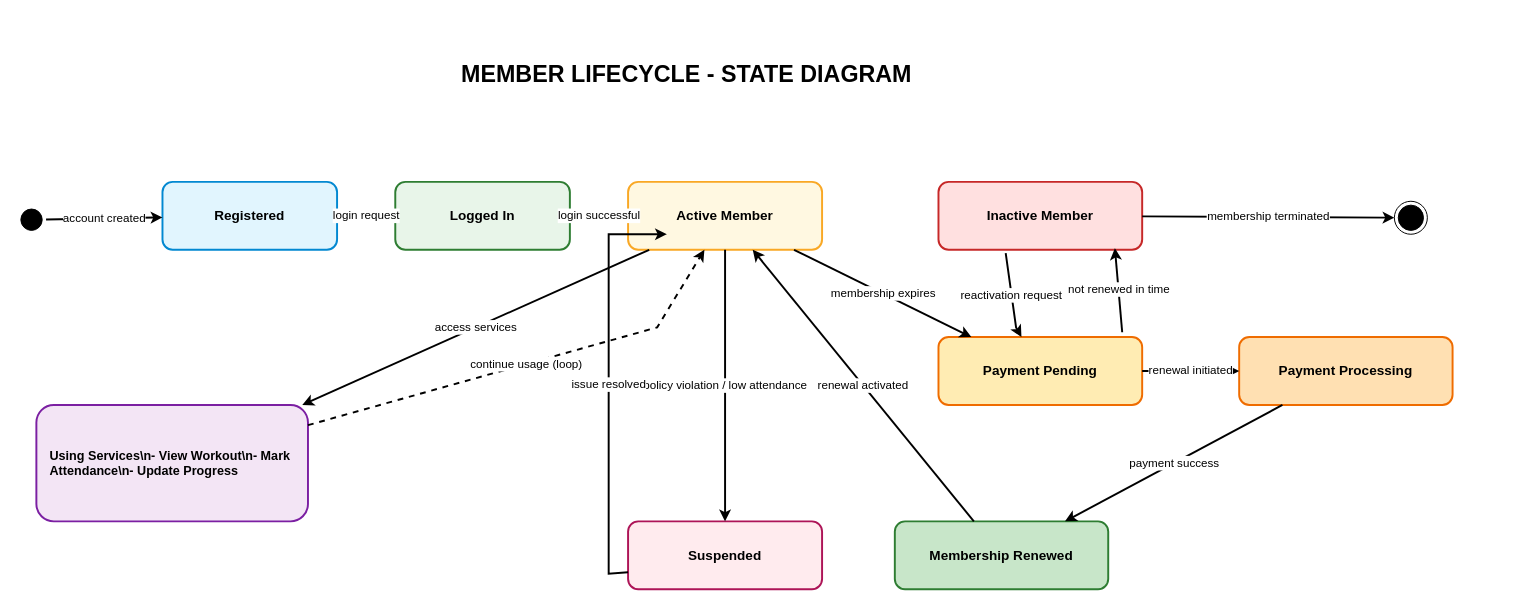
GUNADEEP19/GYM-MANAGEMENT-SYSTEM keeps this draw.io diagram as UML DIAGRAMS/STATE DIAGRAM/Member_Lifecycle_State_Diagram.drawio. Above is the earlier version. Source tidied: cells renumbered, new cells numbered last; positions are measured from the earlier drawing's top-left corner, leaving out a move shared by most shapes. Both pictures are drawn from the tidied source at 97%, with x=0, y=0 at pixel (16, 55).
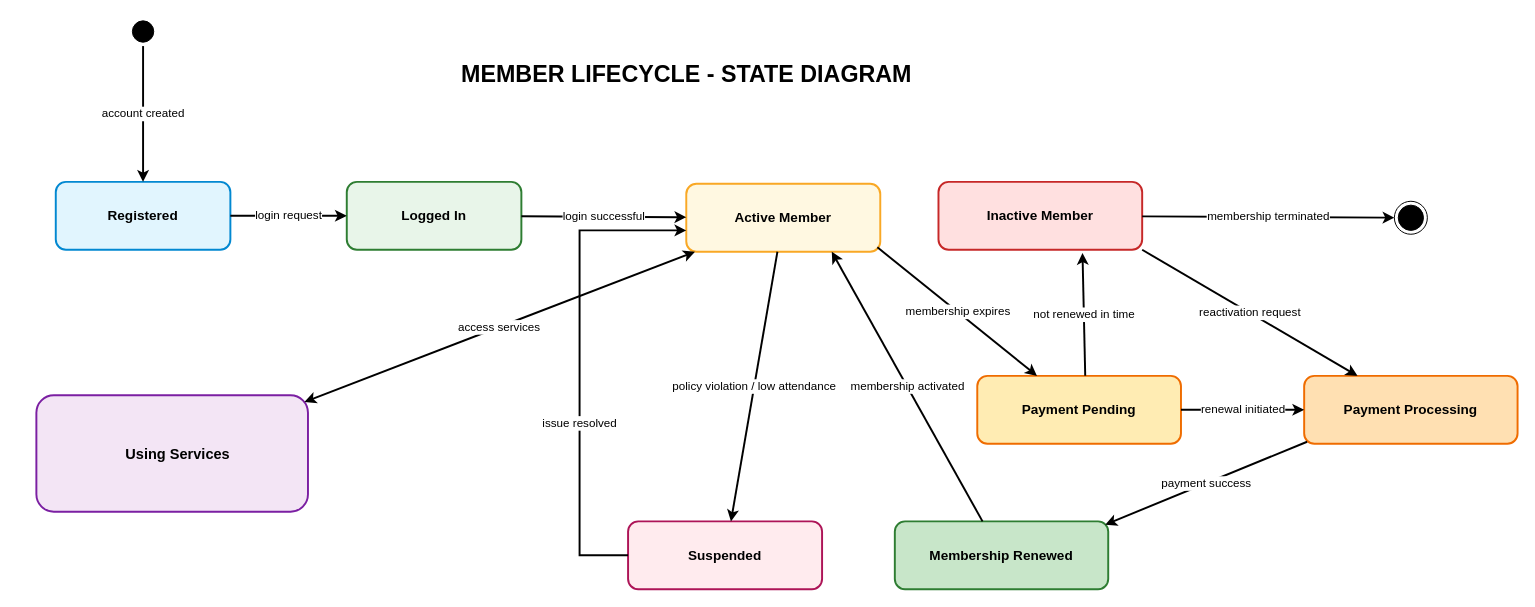
After the change.

Commit message (it also covers changes not shown here):
docs(uml): update class and state diagram assets

Unchanged cells that the change refers to:
```xml
<mxCell id="7" value="Inactive Member" style="rounded=1;whiteSpace=wrap;html=1;strokeWidth=2;fillColor=#ffe0e0;strokeColor=#c62828;fontSize=14;fontStyle=1;" parent="1" vertex="1">
  <mxGeometry x="950" y="130" width="210" height="70" as="geometry" />
</mxCell>
<mxCell id="11" value="Membership Renewed" style="rounded=1;whiteSpace=wrap;html=1;strokeWidth=2;fillColor=#c8e6c9;strokeColor=#2e7d32;fontSize=14;fontStyle=1;" parent="1" vertex="1">
  <mxGeometry x="905" y="480" width="220" height="70" as="geometry" />
</mxCell>
<mxCell id="12" value="Suspended" style="rounded=1;whiteSpace=wrap;html=1;strokeWidth=2;fillColor=#ffebee;strokeColor=#ad1457;fontSize=14;fontStyle=1;" parent="1" vertex="1">
  <mxGeometry x="630" y="480" width="200" height="70" as="geometry" />
</mxCell>
```

What changed in the source:
```diff
@@
     <mxCell id="3" style="shape=startState;html=1;fillColor=#000000;strokeColor=#000000;" parent="1" vertex="1">
-      <mxGeometry y="154" width="30" height="30" as="geometry" />
+      <mxGeometry x="115" y="-40" width="30" height="30" as="geometry" />
     </mxCell>
     <mxCell id="4" value="Registered" style="rounded=1;whiteSpace=wrap;html=1;strokeWidth=2;fillColor=#e1f5fe;strokeColor=#0288d1;fontSize=14;fontStyle=1;" parent="1" vertex="1">
-      <mxGeometry x="150" y="130" width="180" height="70" as="geometry" />
+      <mxGeometry x="40" y="130" width="180" height="70" as="geometry" />
     </mxCell>
     <mxCell id="5" value="Logged In" style="rounded=1;whiteSpace=wrap;html=1;strokeWidth=2;fillColor=#e8f5e9;strokeColor=#2e7d32;fontSize=14;fontStyle=1;" parent="1" vertex="1">
-      <mxGeometry x="390" y="130" width="180" height="70" as="geometry" />
+      <mxGeometry x="340" y="130" width="180" height="70" as="geometry" />
     </mxCell>
     <mxCell id="6" value="Active Member" style="rounded=1;whiteSpace=wrap;html=1;strokeWidth=2;fillColor=#fff8e1;strokeColor=#f9a825;fontSize=14;fontStyle=1;" parent="1" vertex="1">
-      <mxGeometry x="630" y="130" width="200" height="70" as="geometry" />
+      <mxGeometry x="690" y="132" width="200" height="70" as="geometry" />
     </mxCell>
@@
-    <mxCell id="8" value="Using Services\n- View Workout\n- Mark Attendance\n- Update Progress" style="rounded=1;whiteSpace=wrap;html=1;strokeWidth=2;fillColor=#f3e5f5;strokeColor=#7b1fa2;fontSize=13;fontStyle=1;align=left;spacingLeft=12;" parent="1" vertex="1">
-      <mxGeometry x="20" y="360" width="280" height="120" as="geometry" />
+    <mxCell id="8" value="&lt;font style=&quot;font-size: 15px;&quot;&gt;Using Services&lt;/font&gt;" style="rounded=1;whiteSpace=wrap;html=1;strokeWidth=2;fillColor=#f3e5f5;strokeColor=#7b1fa2;fontSize=13;fontStyle=1;align=center;spacingLeft=12;" parent="1" vertex="1">
+      <mxGeometry x="20" y="350" width="280" height="120" as="geometry" />
     </mxCell>
     <mxCell id="9" value="Payment Pending" style="rounded=1;whiteSpace=wrap;html=1;strokeWidth=2;fillColor=#ffecb3;strokeColor=#ef6c00;fontSize=14;fontStyle=1;" parent="1" vertex="1">
-      <mxGeometry x="950" y="290" width="210" height="70" as="geometry" />
+      <mxGeometry x="990" y="330" width="210" height="70" as="geometry" />
     </mxCell>
     <mxCell id="10" value="Payment Processing" style="rounded=1;whiteSpace=wrap;html=1;strokeWidth=2;fillColor=#ffe0b2;strokeColor=#ef6c00;fontSize=14;fontStyle=1;" parent="1" vertex="1">
-      <mxGeometry x="1260" y="290" width="220" height="70" as="geometry" />
+      <mxGeometry x="1327" y="330" width="220" height="70" as="geometry" />
     </mxCell>
@@
-    <mxCell id="17" value="access services" style="endArrow=classic;html=1;rounded=0;strokeWidth=2;fontSize=12;" parent="1" edge="1" source="6" target="8">
+    <mxCell id="17" value="access services" style="endArrow=classic;html=1;rounded=0;strokeWidth=2;fontSize=12;entryX=0.987;entryY=0.057;entryDx=0;entryDy=0;entryPerimeter=0;startArrow=classic;startFill=1;" parent="1" edge="1" source="6" target="8">
       <mxGeometry relative="1" as="geometry" />
     </mxCell>
-    <mxCell id="18" value="continue usage (loop)" style="endArrow=classic;html=1;rounded=0;strokeWidth=2;fontSize=12;dashed=1;" parent="1" edge="1" source="8" target="6">
-      <mxGeometry relative="1" as="geometry">
-        <Array as="points">
-          <mxPoint x="660" y="280" />
-        </Array>
-      </mxGeometry>
-    </mxCell>
-    <mxCell id="19" value="membership expires" style="endArrow=classic;html=1;rounded=0;strokeWidth=2;fontSize=12;" parent="1" edge="1" source="6" target="9">
+    <mxCell id="19" value="membership expires" style="endArrow=classic;html=1;rounded=0;strokeWidth=2;fontSize=12;exitX=0.985;exitY=0.935;exitDx=0;exitDy=0;exitPerimeter=0;" parent="1" edge="1" source="6" target="9">
       <mxGeometry relative="1" as="geometry" />
     </mxCell>
-    <mxCell id="20" value="not renewed in time" style="endArrow=classic;html=1;rounded=0;strokeWidth=2;fontSize=12;entryX=0.866;entryY=0.976;entryDx=0;entryDy=0;entryPerimeter=0;exitX=0.902;exitY=-0.071;exitDx=0;exitDy=0;exitPerimeter=0;" parent="1" edge="1" source="9" target="7">
+    <mxCell id="20" value="not renewed in time" style="endArrow=classic;html=1;rounded=0;strokeWidth=2;fontSize=12;entryX=0.707;entryY=1.047;entryDx=0;entryDy=0;entryPerimeter=0;exitX=0.53;exitY=-0.003;exitDx=0;exitDy=0;exitPerimeter=0;" parent="1" edge="1" source="9" target="7">
       <mxGeometry relative="1" as="geometry" />
     </mxCell>
@@
-    <mxCell id="22" value="payment success" style="endArrow=classic;html=1;rounded=0;strokeWidth=2;fontSize=12;" parent="1" edge="1" source="10" target="11">
+    <mxCell id="22" value="payment success" style="endArrow=classic;html=1;rounded=0;strokeWidth=2;fontSize=12;entryX=0.986;entryY=0.048;entryDx=0;entryDy=0;entryPerimeter=0;exitX=0.014;exitY=0.97;exitDx=0;exitDy=0;exitPerimeter=0;" parent="1" edge="1" source="10" target="11">
       <mxGeometry relative="1" as="geometry" />
     </mxCell>
-    <mxCell id="23" value="renewal activated" style="endArrow=classic;html=1;rounded=0;strokeWidth=2;fontSize=12;" parent="1" edge="1" source="11" target="6">
+    <mxCell id="23" value="membership activated" style="endArrow=classic;html=1;rounded=0;strokeWidth=2;fontSize=12;entryX=0.75;entryY=1;entryDx=0;entryDy=0;" parent="1" edge="1" source="11" target="6">
       <mxGeometry relative="1" as="geometry" />
     </mxCell>
@@
-    <mxCell id="25" value="issue resolved" style="endArrow=classic;html=1;rounded=0;strokeWidth=2;fontSize=12;exitX=0;exitY=0.75;exitDx=0;exitDy=0;" parent="1" edge="1" source="12">
-      <mxGeometry relative="1" as="geometry">
-        <mxPoint x="670" y="184" as="targetPoint" />
+    <mxCell id="25" value="issue resolved" style="endArrow=classic;html=1;rounded=0;strokeWidth=2;fontSize=12;exitX=0;exitY=0.5;exitDx=0;exitDy=0;" parent="1" edge="1" source="12">
+      <mxGeometry x="-0.25" relative="1" as="geometry">
+        <mxPoint x="690" y="180" as="targetPoint" />
         <Array as="points">
-          <mxPoint x="610" y="534" />
-          <mxPoint x="610" y="184" />
+          <mxPoint x="580" y="515" />
+          <mxPoint x="580" y="390" />
+          <mxPoint x="580" y="180" />
+          <mxPoint x="630" y="180" />
+          <mxPoint x="690" y="180" />
         </Array>
       </mxGeometry>
     </mxCell>
@@
-    <mxCell id="27" value="reactivation request" style="endArrow=classic;html=1;rounded=0;strokeWidth=2;fontSize=12;exitX=0.33;exitY=1.048;exitDx=0;exitDy=0;exitPerimeter=0;" parent="1" edge="1" source="7" target="9">
-      <mxGeometry relative="1" as="geometry">
-        <Array as="points">
-          <mxPoint x="1030" y="280" />
-        </Array>
-      </mxGeometry>
+    <mxCell id="27" value="reactivation request" style="endArrow=classic;html=1;rounded=0;strokeWidth=2;fontSize=12;entryX=0.25;entryY=0;entryDx=0;entryDy=0;exitX=1;exitY=1;exitDx=0;exitDy=0;" parent="1" edge="1" source="7" target="10">
+      <mxGeometry relative="1" as="geometry" />
     </mxCell>
```
